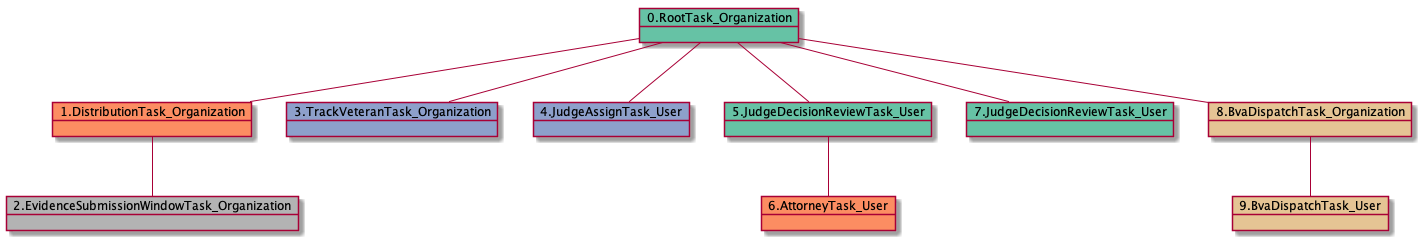
Above: docs-ES/uml/RTO.DTO.ESWTO.TVTO-15152.png in yoomlam/graphing (PlantUML), before the change. Its diagram source:
```plantuml
@startuml
object 0.RootTask_Organization #66c2a5
object 1.DistributionTask_Organization #fc8d62
object 2.EvidenceSubmissionWindowTask_Organization #b3b3b3
object 3.TrackVeteranTask_Organization #8da0cb
object 4.JudgeAssignTask_User #8da0cb
object 5.JudgeDecisionReviewTask_User #66c2a5
object 6.AttorneyTask_User #fc8d62
object 7.JudgeDecisionReviewTask_User #66c2a5
object 8.BvaDispatchTask_Organization #e5c494
object 9.BvaDispatchTask_User #e5c494
0.RootTask_Organization -- 1.DistributionTask_Organization
1.DistributionTask_Organization -- 2.EvidenceSubmissionWindowTask_Organization
0.RootTask_Organization -- 3.TrackVeteranTask_Organization
0.RootTask_Organization -- 4.JudgeAssignTask_User
0.RootTask_Organization -- 5.JudgeDecisionReviewTask_User
5.JudgeDecisionReviewTask_User -- 6.AttorneyTask_User
0.RootTask_Organization -- 7.JudgeDecisionReviewTask_User
0.RootTask_Organization -- 8.BvaDispatchTask_Organization
8.BvaDispatchTask_Organization -- 9.BvaDispatchTask_User
@enduml
```
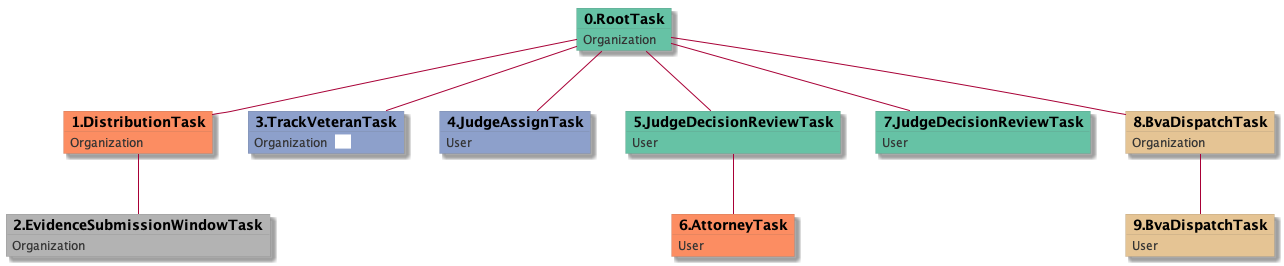
Later version of the same file.

What changed in the source:
```diff
@@ -1,21 +1,49 @@
 @startuml
-object 0.RootTask_Organization #66c2a5
-object 1.DistributionTask_Organization #fc8d62
-object 2.EvidenceSubmissionWindowTask_Organization #b3b3b3
-object 3.TrackVeteranTask_Organization #8da0cb
-object 4.JudgeAssignTask_User #8da0cb
-object 5.JudgeDecisionReviewTask_User #66c2a5
-object 6.AttorneyTask_User #fc8d62
-object 7.JudgeDecisionReviewTask_User #66c2a5
-object 8.BvaDispatchTask_Organization #e5c494
-object 9.BvaDispatchTask_User #e5c494
-0.RootTask_Organization -- 1.DistributionTask_Organization
-1.DistributionTask_Organization -- 2.EvidenceSubmissionWindowTask_Organization
-0.RootTask_Organization -- 3.TrackVeteranTask_Organization
-0.RootTask_Organization -- 4.JudgeAssignTask_User
-0.RootTask_Organization -- 5.JudgeDecisionReviewTask_User
-5.JudgeDecisionReviewTask_User -- 6.AttorneyTask_User
-0.RootTask_Organization -- 7.JudgeDecisionReviewTask_User
-0.RootTask_Organization -- 8.BvaDispatchTask_Organization
-8.BvaDispatchTask_Organization -- 9.BvaDispatchTask_User
+skinparam {
+  ObjectBorderColor #555
+  ObjectBorderThickness 0
+  ObjectFontStyle bold
+  ObjectFontSize 14
+  ObjectAttributeFontColor #333
+  ObjectAttributeFontSize 12
+}
+  object 0.RootTask #66c2a5 {
+Organization
+}
+  object 1.DistributionTask #fc8d62 {
+Organization
+}
+  object 2.EvidenceSubmissionWindowTask #b3b3b3 {
+Organization
+}
+  object 3.TrackVeteranTask #8da0cb {
+Organization  <back:white>    </back>
+}
+  object 4.JudgeAssignTask #8da0cb {
+User
+}
+  object 5.JudgeDecisionReviewTask #66c2a5 {
+User
+}
+  object 6.AttorneyTask #fc8d62 {
+User
+}
+  object 7.JudgeDecisionReviewTask #66c2a5 {
+User
+}
+  object 8.BvaDispatchTask #e5c494 {
+Organization
+}
+  object 9.BvaDispatchTask #e5c494 {
+User
+}
+0.RootTask -- 1.DistributionTask
+1.DistributionTask -- 2.EvidenceSubmissionWindowTask
+0.RootTask -- 3.TrackVeteranTask
+0.RootTask -- 4.JudgeAssignTask
+0.RootTask -- 5.JudgeDecisionReviewTask
+5.JudgeDecisionReviewTask -- 6.AttorneyTask
+0.RootTask -- 7.JudgeDecisionReviewTask
+0.RootTask -- 8.BvaDispatchTask
+8.BvaDispatchTask -- 9.BvaDispatchTask
 @enduml
```
